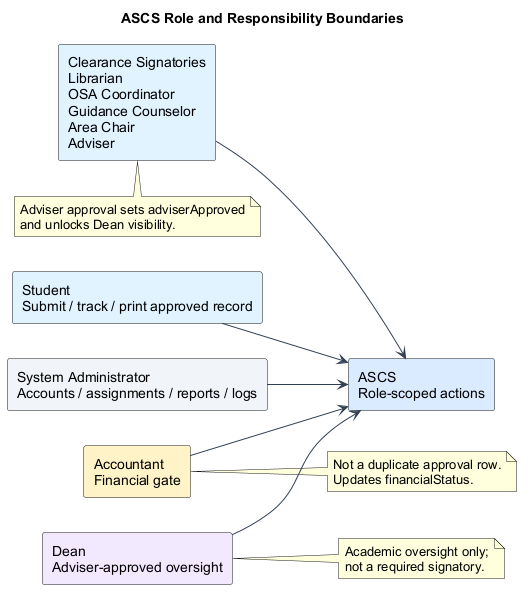
Above: docs/diagrams/png/04-role-rbac.png in lucifron28/ascs (PlantUML), before the change. Source of this version:
```plantuml
@startuml
title ASCS Role and Responsibility Boundaries
left to right direction
skinparam shadowing false
skinparam defaultFontName Arial
skinparam componentStyle rectangle
skinparam ArrowColor #334155

rectangle "Student\nSubmit / track / print approved record" as Student #E0F2FE
rectangle "Clearance Signatories\nLibrarian\nOSA Coordinator\nGuidance Counselor\nArea Chair\nAdviser" as Signatories #E0F2FE
rectangle "Accountant\nFinancial gate" as Accountant #FEF3C7
rectangle "Dean\nAdviser-approved oversight" as Dean #F3E8FF
rectangle "System Administrator\nAccounts / assignments / reports / logs" as Admin #F1F5F9
rectangle "ASCS\nRole-scoped actions" as ASCS #DBEAFE

Student --> ASCS
Signatories --> ASCS
Accountant --> ASCS
Dean --> ASCS
Admin --> ASCS

note right of Accountant
Not a duplicate approval row.
Updates financialStatus.
end note

note right of Dean
Academic oversight only;
not a required signatory.
end note

note bottom of Signatories
Adviser approval sets adviserApproved
and unlocks Dean visibility.
end note
@enduml
```
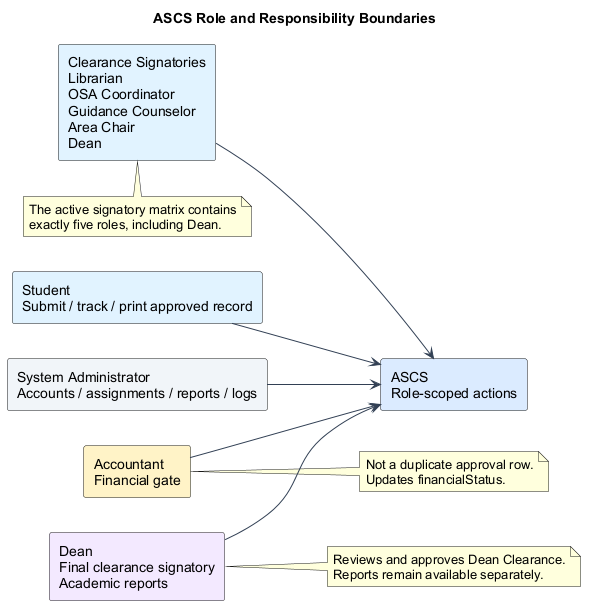
The same diagram one commit later.

The edit, as a diff of the source:
```diff
@@ -7,9 +7,9 @@
 skinparam ArrowColor #334155
 
 rectangle "Student\nSubmit / track / print approved record" as Student #E0F2FE
-rectangle "Clearance Signatories\nLibrarian\nOSA Coordinator\nGuidance Counselor\nArea Chair\nAdviser" as Signatories #E0F2FE
+rectangle "Clearance Signatories\nLibrarian\nOSA Coordinator\nGuidance Counselor\nArea Chair\nDean" as Signatories #E0F2FE
 rectangle "Accountant\nFinancial gate" as Accountant #FEF3C7
-rectangle "Dean\nAdviser-approved oversight" as Dean #F3E8FF
+rectangle "Dean\nFinal clearance signatory\nAcademic reports" as Dean #F3E8FF
 rectangle "System Administrator\nAccounts / assignments / reports / logs" as Admin #F1F5F9
 rectangle "ASCS\nRole-scoped actions" as ASCS #DBEAFE
 
@@ -25,12 +25,12 @@
 end note
 
 note right of Dean
-Academic oversight only;
-not a required signatory.
+Reviews and approves Dean Clearance.
+Reports remain available separately.
 end note
 
 note bottom of Signatories
-Adviser approval sets adviserApproved
-and unlocks Dean visibility.
+The active signatory matrix contains
+exactly five roles, including Dean.
 end note
 @enduml
```
